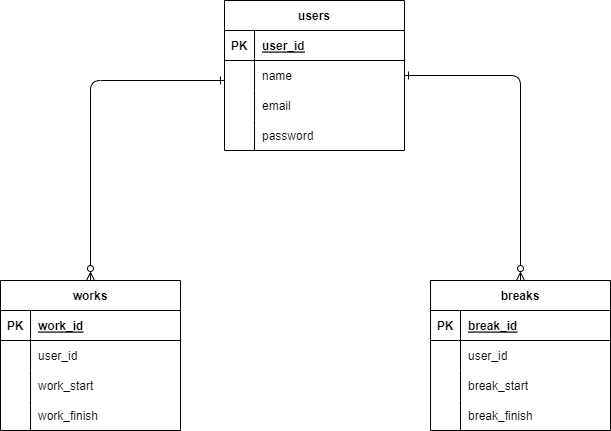
The draw.io diagram timestamp.drawio.png in nakagawa1573/images, before a commit. Source tidied: cells renumbered, new cells last; positions are measured from the earlier drawing's top-left corner, leaving out a move shared by most shapes.
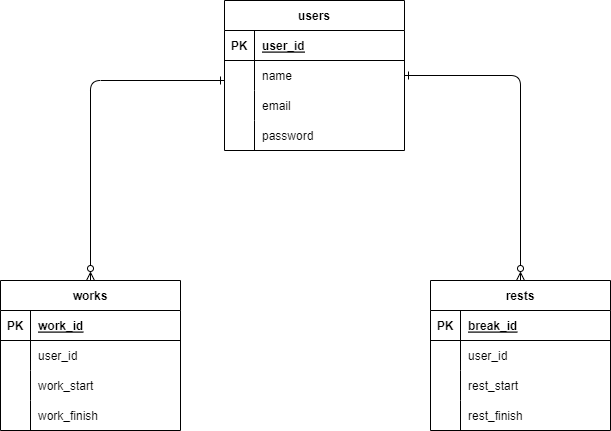
Above is the later version.

What changed in the source:
```diff
@@ -80,7 +80,7 @@
     <mxCell id="27" value="work_finish" style="shape=partialRectangle;fillColor=none;top=0;left=0;bottom=0;right=0;align=left;spacingLeft=6;overflow=hidden;" parent="25" vertex="1">
       <mxGeometry x="30" width="150" height="30" as="geometry" />
     </mxCell>
-    <mxCell id="28" value="breaks" style="shape=table;startSize=30;rowLines=0;fontStyle=1;align=center;" parent="1" vertex="1">
+    <mxCell id="28" value="rests" style="shape=table;startSize=30;rowLines=0;fontStyle=1;align=center;" parent="1" vertex="1">
       <mxGeometry x="430" y="280" width="180" height="150" as="geometry" />
     </mxCell>
     <mxCell id="29" style="shape=tableRow;horizontal=0;startSize=0;swimlaneHead=0;swimlaneBody=0;fillColor=none;top=0;left=0;right=0;bottom=1;" parent="28" vertex="1">
@@ -107,7 +107,7 @@
     <mxCell id="36" style="shape=partialRectangle;fillColor=none;top=0;left=0;bottom=0;right=0;overflow=hidden;" parent="35" vertex="1">
       <mxGeometry width="30" height="30" as="geometry" />
     </mxCell>
-    <mxCell id="37" value="break_start" style="shape=partialRectangle;fillColor=none;top=0;left=0;bottom=0;right=0;align=left;spacingLeft=6;overflow=hidden;" parent="35" vertex="1">
+    <mxCell id="37" value="rest_start" style="shape=partialRectangle;fillColor=none;top=0;left=0;bottom=0;right=0;align=left;spacingLeft=6;overflow=hidden;" parent="35" vertex="1">
       <mxGeometry x="30" width="150" height="30" as="geometry" />
     </mxCell>
     <mxCell id="38" style="shape=tableRow;horizontal=0;startSize=0;swimlaneHead=0;swimlaneBody=0;fillColor=none;top=0;left=0;right=0;bottom=0;" parent="28" vertex="1">
@@ -116,7 +116,7 @@
     <mxCell id="39" style="shape=partialRectangle;fillColor=none;top=0;left=0;bottom=0;right=0;overflow=hidden;" parent="38" vertex="1">
       <mxGeometry width="30" height="30" as="geometry" />
     </mxCell>
-    <mxCell id="40" value="break_finish" style="shape=partialRectangle;fillColor=none;top=0;left=0;bottom=0;right=0;align=left;spacingLeft=6;overflow=hidden;" parent="38" vertex="1">
+    <mxCell id="40" value="rest_finish" style="shape=partialRectangle;fillColor=none;top=0;left=0;bottom=0;right=0;align=left;spacingLeft=6;overflow=hidden;" parent="38" vertex="1">
       <mxGeometry x="30" width="150" height="30" as="geometry" />
     </mxCell>
     <mxCell id="41" style="fontSize=12;html=1;endArrow=ERone;exitX=0.5;exitY=0;exitDx=0;exitDy=0;endFill=0;startArrow=ERzeroToMany;startFill=0;" parent="1" edge="1" source="15">
```
